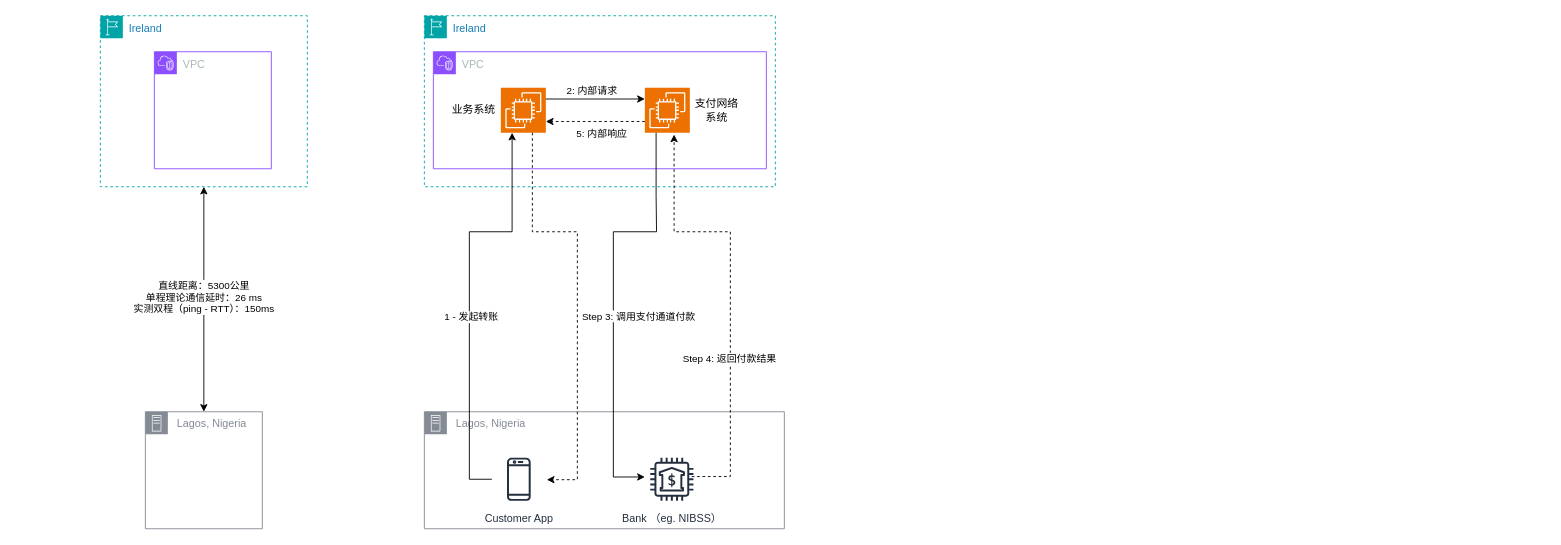
Earlier version of the draw.io diagram PalmPay/本地部署后的流量拓扑.drawio (catface996/images). Source tidied: cells renumbered, new cells numbered last; positions are measured from the earlier drawing's top-left corner, leaving out a move shared by most shapes. Both pictures are drawn from the tidied source at 90%, with x=0, y=0 at pixel (100, 15).
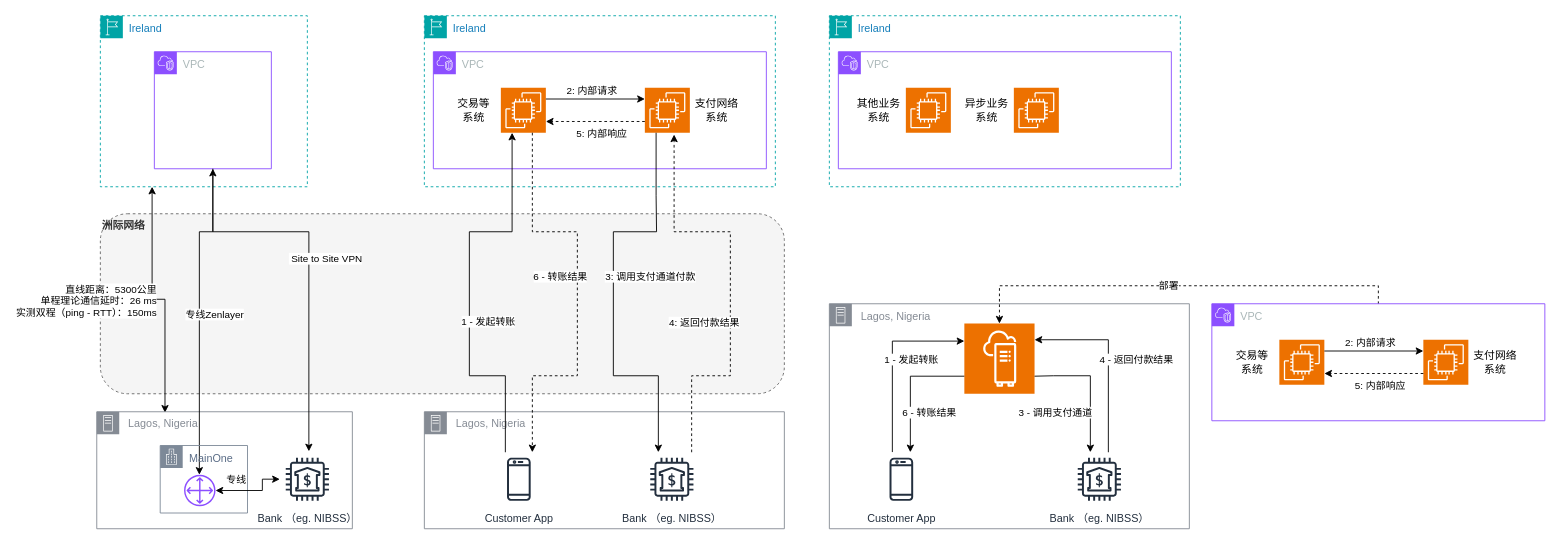
The same page after the edit.

Commit message (it also covers changes not shown here):
Update 本地部署后的流量拓扑.drawio

Unchanged cells that the change refers to:
```xml
<mxCell id="2" value="Ireland" style="points=[[0,0],[0.25,0],[0.5,0],[0.75,0],[1,0],[1,0.25],[1,0.5],[1,0.75],[1,1],[0.75,1],[0.5,1],[0.25,1],[0,1],[0,0.75],[0,0.5],[0,0.25]];outlineConnect=0;gradientColor=none;html=1;whiteSpace=wrap;fontSize=12;fontStyle=0;shape=mxgraph.aws4.group;grIcon=mxgraph.aws4.group_region;strokeColor=#00A4A6;fillColor=none;verticalAlign=top;align=left;spacingLeft=30;fontColor=#147EBA;dashed=1;" parent="1" vertex="1">
  <mxGeometry width="230" height="190" as="geometry" />
</mxCell>
<mxCell id="3" value="VPC" style="points=[[0,0],[0.25,0],[0.5,0],[0.75,0],[1,0],[1,0.25],[1,0.5],[1,0.75],[1,1],[0.75,1],[0.5,1],[0.25,1],[0,1],[0,0.75],[0,0.5],[0,0.25]];outlineConnect=0;gradientColor=none;html=1;whiteSpace=wrap;fontSize=12;fontStyle=0;shape=mxgraph.aws4.group;grIcon=mxgraph.aws4.group_vpc2;strokeColor=#8C4FFF;fillColor=none;verticalAlign=top;align=left;spacingLeft=30;fontColor=#AAB7B8;dashed=0;" parent="2" vertex="1">
  <mxGeometry x="60" y="40" width="130" height="130" as="geometry" />
</mxCell>
<mxCell id="8" value="VPC" style="gradientColor=none;html=1;whiteSpace=wrap;fontSize=12;fontStyle=0;shape=mxgraph.aws4.group;grIcon=mxgraph.aws4.group_vpc2;strokeColor=#8C4FFF;fillColor=none;verticalAlign=top;align=left;spacingLeft=30;fontColor=#AAB7B8;dashed=0;" parent="7" vertex="1">
  <mxGeometry x="10" y="40" width="370" height="130" as="geometry" />
</mxCell>
<mxCell id="9" style="sketch=0;points=[[0,0,0],[0.25,0,0],[0.5,0,0],[0.75,0,0],[1,0,0],[0,1,0],[0.25,1,0],[0.5,1,0],[0.75,1,0],[1,1,0],[0,0.25,0],[0,0.5,0],[0,0.75,0],[1,0.25,0],[1,0.5,0],[1,0.75,0]];outlineConnect=0;fontColor=#232F3E;fillColor=#ED7100;strokeColor=#ffffff;dashed=0;verticalLabelPosition=bottom;verticalAlign=top;align=center;html=1;fontSize=12;fontStyle=0;shape=mxgraph.aws4.resourceIcon;resIcon=mxgraph.aws4.ec2;" parent="8" vertex="1">
  <mxGeometry x="75" y="40" width="50" height="50" as="geometry" />
</mxCell>
<mxCell id="10" style="sketch=0;points=[[0,0,0],[0.25,0,0],[0.5,0,0],[0.75,0,0],[1,0,0],[0,1,0],[0.25,1,0],[0.5,1,0],[0.75,1,0],[1,1,0],[0,0.25,0],[0,0.5,0],[0,0.75,0],[1,0.25,0],[1,0.5,0],[1,0.75,0]];outlineConnect=0;fontColor=#232F3E;fillColor=#ED7100;strokeColor=#ffffff;dashed=0;verticalLabelPosition=bottom;verticalAlign=top;align=center;html=1;fontSize=12;fontStyle=0;shape=mxgraph.aws4.resourceIcon;resIcon=mxgraph.aws4.ec2;" parent="8" vertex="1">
  <mxGeometry x="235" y="40" width="50" height="50" as="geometry" />
</mxCell>
<mxCell id="18" value="Customer App" style="sketch=0;outlineConnect=0;fontColor=#232F3E;gradientColor=none;strokeColor=#232F3E;fillColor=#ffffff;dashed=0;verticalLabelPosition=bottom;verticalAlign=top;align=center;html=1;fontSize=12;fontStyle=0;shape=mxgraph.aws4.resourceIcon;resIcon=mxgraph.aws4.mobile_client;" parent="1" vertex="1">
  <mxGeometry x="435" y="485" width="60" height="60" as="geometry" />
</mxCell>
<mxCell id="19" value="Bank （eg. NIBSS）" style="sketch=0;outlineConnect=0;fontColor=#232F3E;gradientColor=none;strokeColor=#232F3E;fillColor=#ffffff;dashed=0;verticalLabelPosition=bottom;verticalAlign=top;align=center;html=1;fontSize=12;fontStyle=0;shape=mxgraph.aws4.resourceIcon;resIcon=mxgraph.aws4.bank;" parent="1" vertex="1">
  <mxGeometry x="605" y="485" width="60" height="60" as="geometry" />
</mxCell>
```

Diff of the diagram source:
```diff
@@
+    <mxCell id="27" value="洲际网络" style="rounded=1;whiteSpace=wrap;html=1;dashed=1;fillColor=#f5f5f5;fontColor=#333333;strokeColor=#666666;align=left;verticalAlign=top;fontStyle=1;" parent="1" vertex="1">
+      <mxGeometry y="220" width="760" height="200" as="geometry" />
+    </mxCell>
@@
-    <mxCell id="4" style="edgeStyle=orthogonalEdgeStyle;rounded=0;jettySize=auto;html=1;entryX=0.5;entryY=1;entryDx=0;entryDy=0;startArrow=classic;startFill=1;" parent="1" edge="1" source="6" target="2">
+    <mxCell id="4" style="edgeStyle=orthogonalEdgeStyle;rounded=0;jettySize=auto;html=1;entryX=0.25;entryY=1;entryDx=0;entryDy=0;startArrow=classic;startFill=1;exitX=0.267;exitY=0.008;exitDx=0;exitDy=0;exitPerimeter=0;" parent="1" edge="1" source="6" target="2">
       <mxGeometry relative="1" as="geometry" />
     </mxCell>
-    <mxCell id="5" value="直线距离：5300公里&lt;div&gt;单程理论通信延时：26 ms&lt;/div&gt;&lt;div&gt;实测双程（ping - RTT）：150ms&lt;/div&gt;" style="edgeLabel;html=1;align=center;verticalAlign=middle;" parent="4" vertex="1">
+    <mxCell id="5" value="直线距离：5300公里&lt;div&gt;单程理论通信延时：26 ms&lt;/div&gt;&lt;div&gt;实测双程（ping - RTT）：150ms&lt;/div&gt;" style="edgeLabel;html=1;align=right;verticalAlign=middle;" parent="4" vertex="1">
       <mxGeometry x="0.02" y="1" relative="1" as="geometry" />
     </mxCell>
     <mxCell id="6" value="&amp;nbsp;Lagos, Nigeria" style="sketch=0;outlineConnect=0;gradientColor=none;html=1;whiteSpace=wrap;fontSize=12;fontStyle=0;shape=mxgraph.aws4.group;grIcon=mxgraph.aws4.group_on_premise;strokeColor=#858B94;fillColor=none;verticalAlign=top;align=left;spacingLeft=30;fontColor=#858B94;dashed=0;" parent="1" vertex="1">
-      <mxGeometry x="50" y="440" width="130" height="130" as="geometry" />
+      <mxGeometry x="-4" y="440" width="284" height="130" as="geometry" />
     </mxCell>
@@
-    <mxCell id="16" value="业务系统" style="text;html=1;align=center;verticalAlign=middle;whiteSpace=wrap;rounded=0;" parent="8" vertex="1">
+    <mxCell id="16" value="交易等&lt;div&gt;系统&lt;/div&gt;" style="text;html=1;align=center;verticalAlign=middle;whiteSpace=wrap;rounded=0;" parent="8" vertex="1">
       <mxGeometry x="15" y="50" width="60" height="30" as="geometry" />
     </mxCell>
@@
     <mxCell id="20" style="edgeStyle=orthogonalEdgeStyle;rounded=0;jettySize=auto;html=1;entryX=0.25;entryY=1;entryDx=0;entryDy=0;entryPerimeter=0;" parent="1" edge="1" source="18" target="9">
       <mxGeometry relative="1" as="geometry">
         <Array as="points">
-          <mxPoint x="410" y="515" />
+          <mxPoint x="450" y="400" />
+          <mxPoint x="410" y="400" />
           <mxPoint x="410" y="240" />
           <mxPoint x="458" y="240" />
         </Array>
       </mxGeometry>
     </mxCell>
     <mxCell id="21" value="1 - 发起转账" style="edgeLabel;html=1;align=center;verticalAlign=middle;" parent="20" vertex="1">
-      <mxGeometry x="-0.1" y="-1" relative="1" as="geometry" />
+      <mxGeometry x="-0.1" y="-1" relative="1" as="geometry">
+        <mxPoint x="19" y="13" as="offset" />
+      </mxGeometry>
     </mxCell>
-    <mxCell id="22" style="edgeStyle=orthogonalEdgeStyle;rounded=0;jettySize=auto;html=1;exitX=0.25;exitY=1;exitDx=0;exitDy=0;exitPerimeter=0;entryX=0;entryY=0.458;entryDx=0;entryDy=0;entryPerimeter=0;" parent="1" edge="1" source="10" target="19">
+    <mxCell id="22" style="edgeStyle=orthogonalEdgeStyle;rounded=0;jettySize=auto;html=1;exitX=0.25;exitY=1;exitDx=0;exitDy=0;exitPerimeter=0;" parent="1" edge="1" source="10" target="19">
       <mxGeometry relative="1" as="geometry">
         <Array as="points">
-          <mxPoint x="618" y="200" />
+          <mxPoint x="617" y="200" />
           <mxPoint x="618" y="200" />
           <mxPoint x="618" y="240" />
           <mxPoint x="570" y="240" />
-          <mxPoint x="570" y="512" />
+          <mxPoint x="570" y="400" />
+          <mxPoint x="620" y="400" />
         </Array>
       </mxGeometry>
     </mxCell>
-    <mxCell id="23" value="Step 3: 调用支付通道付款" style="edgeLabel;html=1;align=center;verticalAlign=middle;" parent="22" vertex="1">
+    <mxCell id="23" value="3: 调用支付通道付款" style="edgeLabel;html=1;align=center;verticalAlign=middle;" parent="22" vertex="1">
       <mxGeometry x="0.09" y="1" relative="1" as="geometry">
-        <mxPoint x="26" y="-2" as="offset" />
+        <mxPoint x="39" y="-39" as="offset" />
       </mxGeometry>
     </mxCell>
-    <mxCell id="24" style="edgeStyle=orthogonalEdgeStyle;rounded=0;orthogonalLoop=1;jettySize=auto;html=1;entryX=0.75;entryY=1;entryDx=0;entryDy=0;entryPerimeter=0;dashed=1;" parent="1" edge="1">
+    <mxCell id="24" style="edgeStyle=orthogonalEdgeStyle;rounded=0;jettySize=auto;html=1;entryX=0.75;entryY=1;entryDx=0;entryDy=0;entryPerimeter=0;dashed=1;" parent="1" edge="1" source="19">
       <mxGeometry relative="1" as="geometry">
-        <mxPoint x="657" y="512" as="sourcePoint" />
         <mxPoint x="637.5" y="132" as="targetPoint" />
         <Array as="points">
-          <mxPoint x="700" y="512" />
+          <mxPoint x="657" y="400" />
+          <mxPoint x="700" y="400" />
           <mxPoint x="700" y="240" />
-          <mxPoint x="638" y="240" />
+          <mxPoint x="637" y="240" />
         </Array>
       </mxGeometry>
     </mxCell>
-    <mxCell id="25" value="Step 4: 返回付款结果" style="edgeLabel;html=1;align=center;verticalAlign=middle;" parent="24" vertex="1">
-      <mxGeometry x="-0.28" y="2" relative="1" as="geometry" />
+    <mxCell id="25" value="4: 返回付款结果" style="edgeLabel;html=1;align=center;verticalAlign=middle;" parent="24" vertex="1">
+      <mxGeometry x="-0.28" y="2" relative="1" as="geometry">
+        <mxPoint x="-28" y="-23" as="offset" />
+      </mxGeometry>
     </mxCell>
-    <mxCell id="26" style="edgeStyle=orthogonalEdgeStyle;rounded=0;jettySize=auto;html=1;entryX=1.018;entryY=0.508;entryDx=0;entryDy=0;entryPerimeter=0;dashed=1;" parent="1" edge="1" source="9" target="18">
+    <mxCell id="26" style="edgeStyle=orthogonalEdgeStyle;rounded=0;jettySize=auto;html=1;dashed=1;" parent="1" edge="1" source="9" target="18">
       <mxGeometry relative="1" as="geometry">
         <Array as="points">
           <mxPoint x="480" y="240" />
           <mxPoint x="530" y="240" />
-          <mxPoint x="530" y="516" />
+          <mxPoint x="530" y="400" />
+          <mxPoint x="480" y="400" />
         </Array>
       </mxGeometry>
     </mxCell>
+    <mxCell id="28" value="6 - 转账结果" style="edgeLabel;html=1;align=center;verticalAlign=middle;" parent="26" vertex="1">
+      <mxGeometry x="-0.04" y="1" relative="1" as="geometry">
+        <mxPoint x="-21" y="-9" as="offset" />
+      </mxGeometry>
+    </mxCell>
+    <mxCell id="29" style="edgeStyle=orthogonalEdgeStyle;rounded=0;jettySize=auto;html=1;exitX=0.5;exitY=1;exitDx=0;exitDy=0;startArrow=classic;startFill=1;" parent="1" edge="1" source="3" target="34">
+      <mxGeometry relative="1" as="geometry">
+        <Array as="points">
+          <mxPoint x="125" y="240" />
+          <mxPoint x="110" y="240" />
+        </Array>
+      </mxGeometry>
+    </mxCell>
+    <mxCell id="30" value="专线Zenlayer" style="edgeLabel;html=1;align=center;verticalAlign=middle;" parent="29" vertex="1">
+      <mxGeometry x="-0.05" y="-1" relative="1" as="geometry">
+        <mxPoint x="17" y="7" as="offset" />
+      </mxGeometry>
+    </mxCell>
+    <mxCell id="31" style="edgeStyle=orthogonalEdgeStyle;rounded=0;jettySize=auto;html=1;exitX=0.5;exitY=1;exitDx=0;exitDy=0;entryX=0.528;entryY=-0.017;entryDx=0;entryDy=0;entryPerimeter=0;" parent="1" edge="1" source="3" target="35">
+      <mxGeometry relative="1" as="geometry">
+        <Array as="points">
+          <mxPoint x="125" y="240" />
+          <mxPoint x="232" y="240" />
+        </Array>
+      </mxGeometry>
+    </mxCell>
+    <mxCell id="32" value="&amp;nbsp;Site to Site VPN" style="edgeLabel;html=1;align=center;verticalAlign=middle;" parent="31" vertex="1">
+      <mxGeometry x="-0.06" relative="1" as="geometry">
+        <mxPoint x="18" y="8" as="offset" />
+      </mxGeometry>
+    </mxCell>
+    <mxCell id="33" value="MainOne" style="gradientColor=none;html=1;whiteSpace=wrap;fontSize=12;fontStyle=0;shape=mxgraph.aws4.group;grIcon=mxgraph.aws4.group_corporate_data_center;strokeColor=#7D8998;fillColor=none;verticalAlign=top;align=left;spacingLeft=30;fontColor=#5A6C86;dashed=0;" parent="1" vertex="1">
+      <mxGeometry x="66.5" y="477.5" width="97" height="75" as="geometry" />
+    </mxCell>
+    <mxCell id="34" style="sketch=0;outlineConnect=0;fontColor=#232F3E;gradientColor=none;fillColor=#8C4FFF;strokeColor=none;dashed=0;verticalLabelPosition=bottom;verticalAlign=top;align=center;html=1;fontSize=12;fontStyle=0;shape=mxgraph.aws4.customer_gateway;" parent="33" vertex="1">
+      <mxGeometry x="26.5" y="32.5" width="35" height="35" as="geometry" />
+    </mxCell>
+    <mxCell id="35" value="Bank （eg. NIBSS）" style="sketch=0;outlineConnect=0;fontColor=#232F3E;gradientColor=none;strokeColor=#232F3E;fillColor=#ffffff;dashed=0;verticalLabelPosition=bottom;verticalAlign=top;align=center;html=1;fontSize=12;fontStyle=0;shape=mxgraph.aws4.resourceIcon;resIcon=mxgraph.aws4.bank;" parent="1" vertex="1">
+      <mxGeometry x="200" y="485" width="60" height="60" as="geometry" />
+    </mxCell>
+    <mxCell id="36" style="edgeStyle=orthogonalEdgeStyle;rounded=0;jettySize=auto;html=1;entryX=-0.01;entryY=0.499;entryDx=0;entryDy=0;entryPerimeter=0;startArrow=classic;startFill=1;" parent="1" edge="1" source="34" target="35">
+      <mxGeometry relative="1" as="geometry">
+        <Array as="points">
+          <mxPoint x="180" y="527" />
+          <mxPoint x="180" y="515" />
+        </Array>
+      </mxGeometry>
+    </mxCell>
+    <mxCell id="37" value="专线" style="edgeLabel;html=1;align=center;verticalAlign=middle;" parent="36" vertex="1">
+      <mxGeometry x="-0.07" relative="1" as="geometry">
+        <mxPoint x="-17" y="-12" as="offset" />
+      </mxGeometry>
+    </mxCell>
+    <mxCell id="38" value="&amp;nbsp;Lagos, Nigeria" style="sketch=0;gradientColor=none;html=1;whiteSpace=wrap;fontSize=12;fontStyle=0;shape=mxgraph.aws4.group;grIcon=mxgraph.aws4.group_on_premise;strokeColor=#858B94;fillColor=none;verticalAlign=top;align=left;spacingLeft=30;fontColor=#858B94;dashed=0;" parent="1" vertex="1">
+      <mxGeometry x="810" y="320" width="400" height="250" as="geometry" />
+    </mxCell>
+    <mxCell id="39" value="Bank （eg. NIBSS）" style="sketch=0;outlineConnect=0;fontColor=#232F3E;gradientColor=none;strokeColor=#232F3E;fillColor=#ffffff;dashed=0;verticalLabelPosition=bottom;verticalAlign=top;align=center;html=1;fontSize=12;fontStyle=0;shape=mxgraph.aws4.resourceIcon;resIcon=mxgraph.aws4.bank;" parent="1" vertex="1">
+      <mxGeometry x="1080" y="485" width="60" height="60" as="geometry" />
+    </mxCell>
+    <mxCell id="40" style="edgeStyle=orthogonalEdgeStyle;rounded=0;jettySize=auto;html=1;startArrow=classic;startFill=1;endArrow=none;endFill=0;" parent="1" edge="1" source="44" target="39">
+      <mxGeometry relative="1" as="geometry">
+        <Array as="points">
+          <mxPoint x="1120" y="360" />
+        </Array>
+      </mxGeometry>
+    </mxCell>
+    <mxCell id="41" value="4 - 返回付款结果" style="edgeLabel;html=1;align=center;verticalAlign=middle;" parent="40" vertex="1">
+      <mxGeometry x="0.22" y="2" relative="1" as="geometry">
+        <mxPoint x="28" y="-23" as="offset" />
+      </mxGeometry>
+    </mxCell>
+    <mxCell id="42" style="edgeStyle=orthogonalEdgeStyle;rounded=0;jettySize=auto;html=1;entryX=0.5;entryY=0;entryDx=0;entryDy=0;dashed=1;startArrow=classic;startFill=1;endArrow=none;endFill=0;" parent="1" edge="1" source="44" target="58">
+      <mxGeometry relative="1" as="geometry">
+        <Array as="points">
+          <mxPoint x="999" y="300" />
+          <mxPoint x="1420" y="300" />
+        </Array>
+      </mxGeometry>
+    </mxCell>
+    <mxCell id="43" value="部署" style="edgeLabel;html=1;align=center;verticalAlign=middle;" parent="42" vertex="1">
+      <mxGeometry x="-0.05" y="1" relative="1" as="geometry" />
+    </mxCell>
+    <mxCell id="44" style="sketch=0;points=[[0,0,0],[0.25,0,0],[0.5,0,0],[0.75,0,0],[1,0,0],[0,1,0],[0.25,1,0],[0.5,1,0],[0.75,1,0],[1,1,0],[0,0.25,0],[0,0.5,0],[0,0.75,0],[1,0.25,0],[1,0.5,0],[1,0.75,0]];outlineConnect=0;fontColor=#232F3E;fillColor=#ED7100;strokeColor=#ffffff;dashed=0;verticalLabelPosition=bottom;verticalAlign=top;align=center;html=1;fontSize=12;fontStyle=0;shape=mxgraph.aws4.resourceIcon;resIcon=mxgraph.aws4.outposts;" parent="1" vertex="1">
+      <mxGeometry x="960" y="342" width="78" height="78" as="geometry" />
+    </mxCell>
+    <mxCell id="45" style="edgeStyle=orthogonalEdgeStyle;rounded=0;jettySize=auto;html=1;entryX=0;entryY=0.25;entryDx=0;entryDy=0;entryPerimeter=0;" parent="1" edge="1" source="51">
+      <mxGeometry relative="1" as="geometry">
+        <mxPoint x="960" y="361.5" as="targetPoint" />
+        <Array as="points">
+          <mxPoint x="880" y="362" />
+        </Array>
+      </mxGeometry>
+    </mxCell>
+    <mxCell id="46" value="1 - 发起转账" style="edgeLabel;html=1;align=center;verticalAlign=middle;" parent="45" vertex="1">
+      <mxGeometry x="0.01" y="1" relative="1" as="geometry">
+        <mxPoint x="21" y="-1" as="offset" />
+      </mxGeometry>
+    </mxCell>
+    <mxCell id="47" style="edgeStyle=orthogonalEdgeStyle;rounded=0;jettySize=auto;html=1;entryX=1;entryY=0.75;entryDx=0;entryDy=0;entryPerimeter=0;startArrow=classic;startFill=1;endArrow=none;endFill=0;" parent="1" edge="1" source="39" target="44">
+      <mxGeometry relative="1" as="geometry">
+        <Array as="points">
+          <mxPoint x="1100" y="400" />
+          <mxPoint x="1059" y="400" />
+        </Array>
+      </mxGeometry>
+    </mxCell>
+    <mxCell id="48" value="3 - 调用支付通道" style="edgeLabel;html=1;align=center;verticalAlign=middle;" parent="47" vertex="1">
+      <mxGeometry x="-0.38" y="1" relative="1" as="geometry">
+        <mxPoint x="-39" y="1" as="offset" />
+      </mxGeometry>
+    </mxCell>
+    <mxCell id="49" style="edgeStyle=orthogonalEdgeStyle;rounded=0;jettySize=auto;html=1;exitX=0;exitY=0.75;exitDx=0;exitDy=0;exitPerimeter=0;" parent="1" edge="1" source="44" target="51">
+      <mxGeometry relative="1" as="geometry">
+        <Array as="points">
+          <mxPoint x="900" y="400" />
+        </Array>
+      </mxGeometry>
+    </mxCell>
+    <mxCell id="50" value="6 - 转账结果" style="edgeLabel;html=1;align=center;verticalAlign=middle;" parent="49" vertex="1">
+      <mxGeometry x="0.38" y="-1" relative="1" as="geometry">
+        <mxPoint x="21" as="offset" />
+      </mxGeometry>
+    </mxCell>
+    <mxCell id="51" value="Customer App" style="sketch=0;outlineConnect=0;fontColor=#232F3E;gradientColor=none;strokeColor=#232F3E;fillColor=#ffffff;dashed=0;verticalLabelPosition=bottom;verticalAlign=top;align=center;html=1;fontSize=12;fontStyle=0;shape=mxgraph.aws4.resourceIcon;resIcon=mxgraph.aws4.mobile_client;" parent="1" vertex="1">
+      <mxGeometry x="860" y="485" width="60" height="60" as="geometry" />
+    </mxCell>
+    <mxCell id="52" value="Ireland" style="gradientColor=none;html=1;whiteSpace=wrap;fontSize=12;fontStyle=0;shape=mxgraph.aws4.group;grIcon=mxgraph.aws4.group_region;strokeColor=#00A4A6;fillColor=none;verticalAlign=top;align=left;spacingLeft=30;fontColor=#147EBA;dashed=1;" parent="1" vertex="1">
+      <mxGeometry x="810" width="390" height="190" as="geometry" />
+    </mxCell>
+    <mxCell id="53" value="VPC" style="gradientColor=none;html=1;whiteSpace=wrap;fontSize=12;fontStyle=0;shape=mxgraph.aws4.group;grIcon=mxgraph.aws4.group_vpc2;strokeColor=#8C4FFF;fillColor=none;verticalAlign=top;align=left;spacingLeft=30;fontColor=#AAB7B8;dashed=0;" parent="52" vertex="1">
+      <mxGeometry x="10" y="40" width="370" height="130" as="geometry" />
+    </mxCell>
+    <mxCell id="54" style="sketch=0;fontColor=#232F3E;fillColor=#ED7100;strokeColor=#ffffff;dashed=0;verticalLabelPosition=bottom;verticalAlign=top;align=center;html=1;fontSize=12;fontStyle=0;shape=mxgraph.aws4.resourceIcon;resIcon=mxgraph.aws4.ec2;" parent="53" vertex="1">
+      <mxGeometry x="75" y="40" width="50" height="50" as="geometry" />
+    </mxCell>
+    <mxCell id="55" value="其他业务系统" style="text;html=1;align=center;verticalAlign=middle;whiteSpace=wrap;rounded=0;" parent="53" vertex="1">
+      <mxGeometry x="15" y="50" width="60" height="30" as="geometry" />
+    </mxCell>
+    <mxCell id="56" style="sketch=0;fontColor=#232F3E;fillColor=#ED7100;strokeColor=#ffffff;dashed=0;verticalLabelPosition=bottom;verticalAlign=top;align=center;html=1;fontSize=12;fontStyle=0;shape=mxgraph.aws4.resourceIcon;resIcon=mxgraph.aws4.ec2;" parent="53" vertex="1">
+      <mxGeometry x="195" y="40" width="50" height="50" as="geometry" />
+    </mxCell>
+    <mxCell id="57" value="异步业务系统" style="text;html=1;align=center;verticalAlign=middle;whiteSpace=wrap;rounded=0;" parent="53" vertex="1">
+      <mxGeometry x="135" y="50" width="60" height="30" as="geometry" />
+    </mxCell>
+    <mxCell id="58" value="VPC" style="points=[[0,0],[0.25,0],[0.5,0],[0.75,0],[1,0],[1,0.25],[1,0.5],[1,0.75],[1,1],[0.75,1],[0.5,1],[0.25,1],[0,1],[0,0.75],[0,0.5],[0,0.25]];outlineConnect=0;gradientColor=none;html=1;whiteSpace=wrap;fontSize=12;fontStyle=0;shape=mxgraph.aws4.group;grIcon=mxgraph.aws4.group_vpc2;strokeColor=#8C4FFF;fillColor=none;verticalAlign=top;align=left;spacingLeft=30;fontColor=#AAB7B8;dashed=0;" parent="1" vertex="1">
+      <mxGeometry x="1235" y="320" width="370" height="130" as="geometry" />
+    </mxCell>
+    <mxCell id="59" style="sketch=0;points=[[0,0,0],[0.25,0,0],[0.5,0,0],[0.75,0,0],[1,0,0],[0,1,0],[0.25,1,0],[0.5,1,0],[0.75,1,0],[1,1,0],[0,0.25,0],[0,0.5,0],[0,0.75,0],[1,0.25,0],[1,0.5,0],[1,0.75,0]];outlineConnect=0;fontColor=#232F3E;fillColor=#ED7100;strokeColor=#ffffff;dashed=0;verticalLabelPosition=bottom;verticalAlign=top;align=center;html=1;fontSize=12;fontStyle=0;shape=mxgraph.aws4.resourceIcon;resIcon=mxgraph.aws4.ec2;" parent="58" vertex="1">
+      <mxGeometry x="75" y="40" width="50" height="50" as="geometry" />
+    </mxCell>
+    <mxCell id="60" style="sketch=0;points=[[0,0,0],[0.25,0,0],[0.5,0,0],[0.75,0,0],[1,0,0],[0,1,0],[0.25,1,0],[0.5,1,0],[0.75,1,0],[1,1,0],[0,0.25,0],[0,0.5,0],[0,0.75,0],[1,0.25,0],[1,0.5,0],[1,0.75,0]];outlineConnect=0;fontColor=#232F3E;fillColor=#ED7100;strokeColor=#ffffff;dashed=0;verticalLabelPosition=bottom;verticalAlign=top;align=center;html=1;fontSize=12;fontStyle=0;shape=mxgraph.aws4.resourceIcon;resIcon=mxgraph.aws4.ec2;" parent="58" vertex="1">
+      <mxGeometry x="235" y="40" width="50" height="50" as="geometry" />
+    </mxCell>
+    <mxCell id="61" style="edgeStyle=orthogonalEdgeStyle;rounded=0;jettySize=auto;html=1;entryX=0;entryY=0.25;entryDx=0;entryDy=0;entryPerimeter=0;exitX=1;exitY=0.25;exitDx=0;exitDy=0;exitPerimeter=0;" parent="58" edge="1" source="59" target="60">
+      <mxGeometry relative="1" as="geometry" />
+    </mxCell>
+    <mxCell id="62" value="2: 内部请求" style="edgeLabel;html=1;align=center;verticalAlign=middle;" parent="61" vertex="1">
+      <mxGeometry x="-0.24" relative="1" as="geometry">
+        <mxPoint x="8" y="-10" as="offset" />
+      </mxGeometry>
+    </mxCell>
+    <mxCell id="63" style="edgeStyle=orthogonalEdgeStyle;rounded=0;jettySize=auto;html=1;entryX=1;entryY=0.75;entryDx=0;entryDy=0;entryPerimeter=0;exitX=0;exitY=0.75;exitDx=0;exitDy=0;exitPerimeter=0;dashed=1;" parent="58" edge="1" source="60" target="59">
+      <mxGeometry relative="1" as="geometry" />
+    </mxCell>
+    <mxCell id="64" value="5: 内部响应" style="edgeLabel;html=1;align=center;verticalAlign=middle;" parent="63" vertex="1">
+      <mxGeometry x="0.19" y="-1" relative="1" as="geometry">
+        <mxPoint x="16" y="14" as="offset" />
+      </mxGeometry>
+    </mxCell>
+    <mxCell id="65" value="支付网络系统" style="text;html=1;align=center;verticalAlign=middle;whiteSpace=wrap;rounded=0;" parent="58" vertex="1">
+      <mxGeometry x="285" y="50" width="60" height="30" as="geometry" />
+    </mxCell>
+    <mxCell id="66" value="交易等&lt;div&gt;系统&lt;/div&gt;" style="text;html=1;align=center;verticalAlign=middle;whiteSpace=wrap;rounded=0;" parent="58" vertex="1">
+      <mxGeometry x="15" y="50" width="60" height="30" as="geometry" />
+    </mxCell>
```
